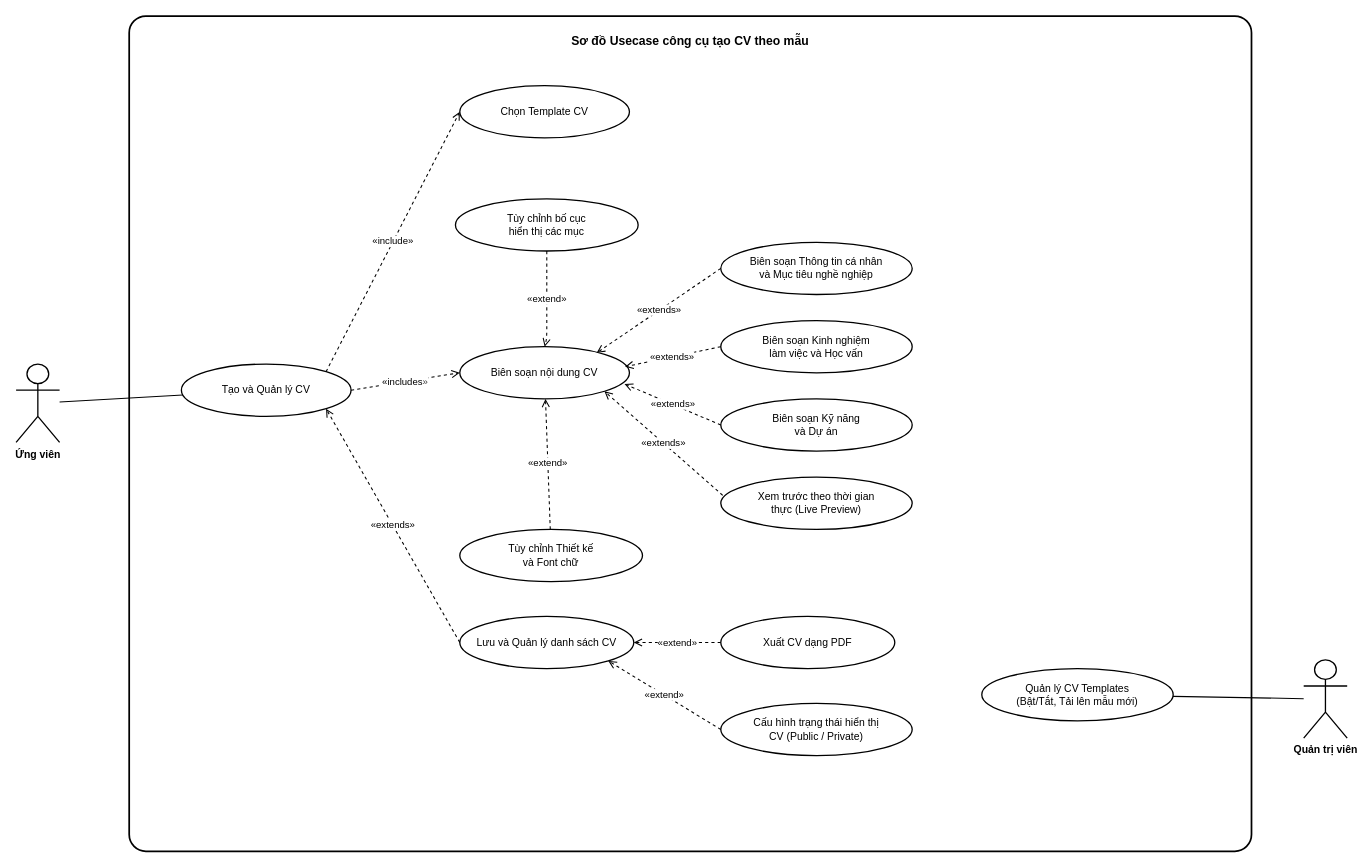
This is diagrams/usecase_cv_template.drawio from SE-Project-CTU/smart-recruitment-docs, a draw.io file, before an edit. Source tidied: cells renumbered, new cells numbered last; positions are measured from the earlier drawing's top-left corner, leaving out a move shared by most shapes. Both pictures are drawn from the tidied source at 87%, with x=0, y=0 at pixel (16, 16).
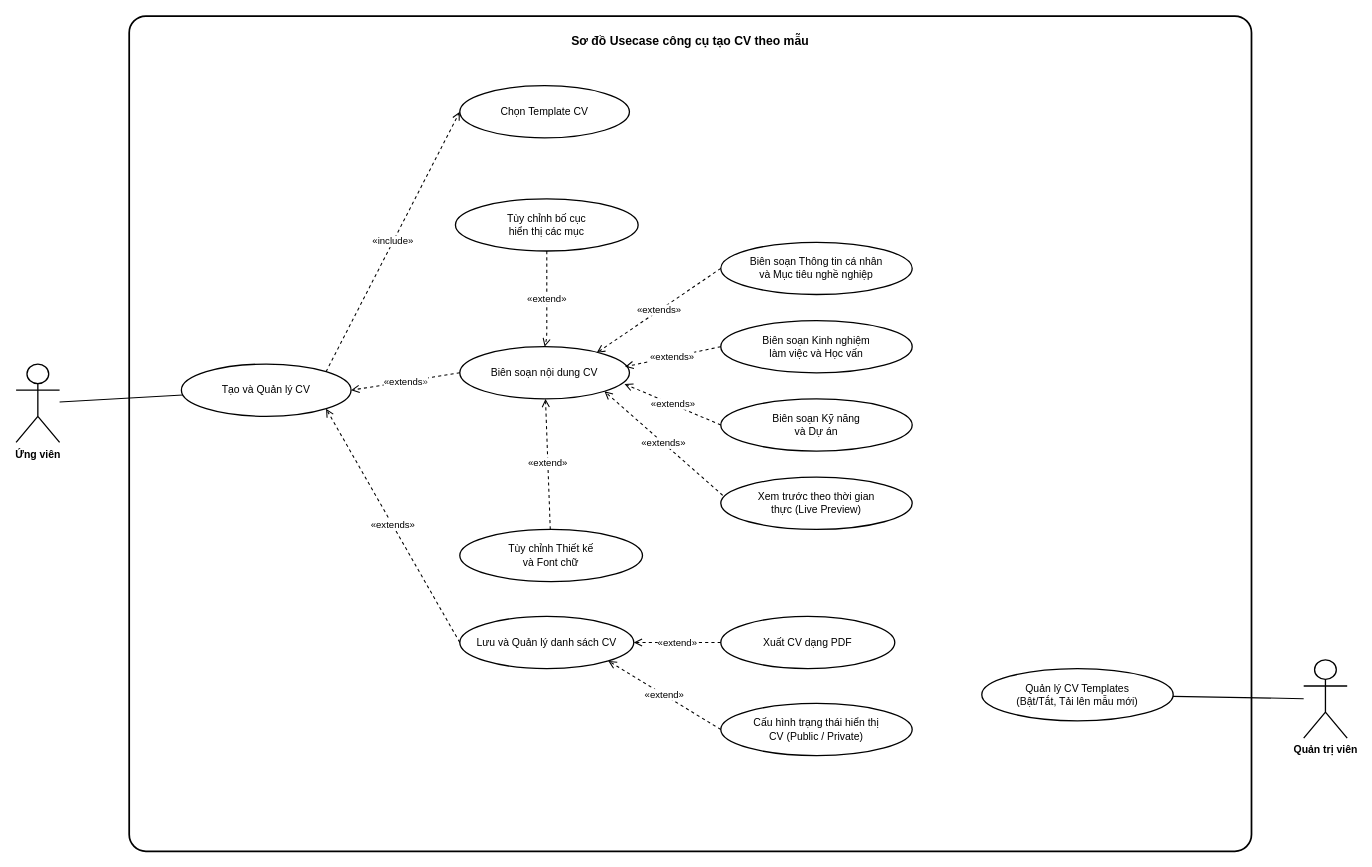
Above is the later version.

Commit message (it also covers changes not shown here):
refactor: fix usecase diagrams

The change refers to these unchanged cells:
```xml
<mxCell id="5" value="Tạo và Quản lý CV" style="ellipse;whiteSpace=wrap;html=1;strokeWidth=1.5;strokeColor=#000000;fillColor=#FFFFFF;fontColor=#000000;fontSize=12;align=center;verticalAlign=middle;" parent="1" vertex="1">
  <mxGeometry x="190" y="400" width="195" height="60" as="geometry" />
</mxCell>
<mxCell id="7" value="Biên soạn nội dung CV" style="ellipse;whiteSpace=wrap;html=1;strokeWidth=1.5;strokeColor=#000000;fillColor=#FFFFFF;fontColor=#000000;fontSize=12;align=center;verticalAlign=middle;" parent="1" vertex="1">
  <mxGeometry x="510" y="380" width="195" height="60" as="geometry" />
</mxCell>
```

Diff of the diagram source:
```diff
@@
-    <mxCell id="21" value="&lt;span style=&quot;color: rgb(0, 0, 0);&quot;&gt;«&lt;/span&gt;includes&lt;span style=&quot;color: rgb(63, 63, 63); background-color: light-dark(rgb(255, 255, 255), rgb(18, 18, 18));&quot;&gt;»&lt;/span&gt;" style="dashed=1;endArrow=open;endFill=0;endSize=7;html=1;strokeWidth=1.2;strokeColor=#000000;fontColor=#000000;fontSize=11;labelBackgroundColor=#FFFFFF;exitX=1;exitY=0.5;exitDx=0;exitDy=0;entryX=0;entryY=0.5;entryDx=0;entryDy=0;" parent="1" edge="1" source="5" target="7">
+    <mxCell id="21" value="&lt;span style=&quot;color: rgb(0, 0, 0);&quot;&gt;«extends&lt;/span&gt;&lt;span style=&quot;color: rgb(63, 63, 63); background-color: light-dark(rgb(255, 255, 255), rgb(18, 18, 18));&quot;&gt;»&lt;/span&gt;" style="dashed=1;endArrow=open;endFill=0;endSize=7;html=1;strokeWidth=1.2;strokeColor=#000000;fontColor=#000000;fontSize=11;labelBackgroundColor=#FFFFFF;exitX=0;exitY=0.5;exitDx=0;exitDy=0;entryX=1;entryY=0.5;entryDx=0;entryDy=0;" parent="1" edge="1" source="7" target="5">
       <mxGeometry relative="1" as="geometry" />
     </mxCell>
```
